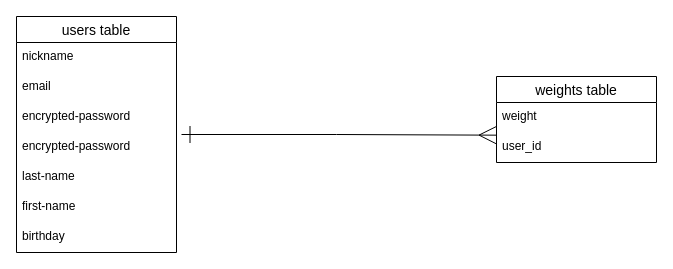
Earlier version of the draw.io diagram weight.dio (ft529y/weight-management). Source tidied: cells renumbered, new cells numbered last; positions are measured from the earlier drawing's top-left corner, leaving out a move shared by most shapes. Both pictures are drawn from the tidied source at 100%, with x=0, y=0 at pixel (16, 16).
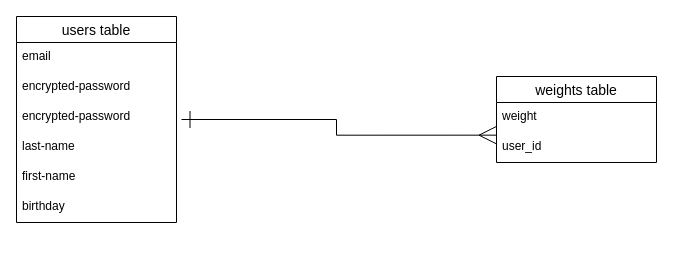
After the change.

Change to the diagram source:
```diff
@@
 <mxGraphModel>
   <root>
     <mxCell id="0" />
     <mxCell id="1" parent="0" />
     <mxCell id="2" style="edgeStyle=orthogonalEdgeStyle;rounded=0;jettySize=auto;html=1;entryX=-0.003;entryY=0.089;entryDx=0;entryDy=0;entryPerimeter=0;endArrow=ERmany;endFill=0;startArrow=ERone;startFill=0;sourcePerimeterSpacing=5;startSize=15;targetPerimeterSpacing=5;endSize=15;" parent="1" edge="1" source="3" target="13">
       <mxGeometry relative="1" as="geometry" />
     </mxCell>
     <mxCell id="3" value="users table" style="swimlane;fontStyle=0;horizontal=1;startSize=26;align=center;fontSize=14;" parent="1" vertex="1">
-      <mxGeometry width="160" height="236" as="geometry" />
+      <mxGeometry width="160" height="206" as="geometry" />
     </mxCell>
-    <mxCell id="4" value="nickname   " style="text;strokeColor=none;fillColor=none;spacingLeft=4;spacingRight=4;overflow=hidden;fontSize=12;" parent="3" vertex="1">
-      <mxGeometry y="26" width="160" height="30" as="geometry" />
-    </mxCell>
     <mxCell id="5" value="email" style="text;strokeColor=none;fillColor=none;spacingLeft=4;spacingRight=4;overflow=hidden;fontSize=12;" parent="3" vertex="1">
-      <mxGeometry y="56" width="160" height="30" as="geometry" />
+      <mxGeometry y="26" width="160" height="30" as="geometry" />
     </mxCell>
     <mxCell id="6" value="encrypted-password" style="text;strokeColor=none;fillColor=none;spacingLeft=4;spacingRight=4;overflow=hidden;fontSize=12;" parent="3" vertex="1">
-      <mxGeometry y="86" width="160" height="30" as="geometry" />
+      <mxGeometry y="56" width="160" height="30" as="geometry" />
     </mxCell>
     <mxCell id="7" value="encrypted-password" style="text;strokeColor=none;fillColor=none;spacingLeft=4;spacingRight=4;overflow=hidden;fontSize=12;" parent="3" vertex="1">
-      <mxGeometry y="116" width="160" height="30" as="geometry" />
+      <mxGeometry y="86" width="160" height="30" as="geometry" />
     </mxCell>
     <mxCell id="8" value="last-name" style="text;strokeColor=none;fillColor=none;spacingLeft=4;spacingRight=4;overflow=hidden;fontSize=12;" parent="3" vertex="1">
-      <mxGeometry y="146" width="160" height="30" as="geometry" />
+      <mxGeometry y="116" width="160" height="30" as="geometry" />
     </mxCell>
     <mxCell id="9" value="first-name" style="text;strokeColor=none;fillColor=none;spacingLeft=4;spacingRight=4;overflow=hidden;fontSize=12;" parent="3" vertex="1">
-      <mxGeometry y="176" width="160" height="30" as="geometry" />
+      <mxGeometry y="146" width="160" height="30" as="geometry" />
     </mxCell>
     <mxCell id="10" value="birthday" style="text;strokeColor=none;fillColor=none;spacingLeft=4;spacingRight=4;overflow=hidden;fontSize=12;" parent="3" vertex="1">
-      <mxGeometry y="206" width="160" height="30" as="geometry" />
+      <mxGeometry y="176" width="160" height="30" as="geometry" />
     </mxCell>
     <mxCell id="11" value="weights table" style="swimlane;fontStyle=0;horizontal=1;startSize=26;align=center;fontSize=14;" parent="1" vertex="1">
       <mxGeometry x="480" y="60" width="160" height="86" as="geometry" />
     </mxCell>
     <mxCell id="12" value="weight" style="text;strokeColor=none;fillColor=none;spacingLeft=4;spacingRight=4;overflow=hidden;fontSize=12;" parent="11" vertex="1">
       <mxGeometry y="26" width="160" height="30" as="geometry" />
     </mxCell>
     <mxCell id="13" value="user_id" style="text;strokeColor=none;fillColor=none;spacingLeft=4;spacingRight=4;overflow=hidden;points=[[0,0.5],[1,0.5]];portConstraint=eastwest;fontSize=12;" parent="11" vertex="1">
       <mxGeometry y="56" width="160" height="30" as="geometry" />
     </mxCell>
   </root>
 </mxGraphModel>
```
